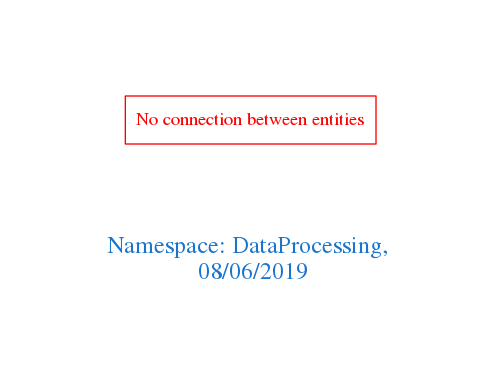
Above: downloads/DataProcessing.png in arago/OGIT (Graphviz), before the change. Its source is kept beside it as downloads/DataProcessing.dot.
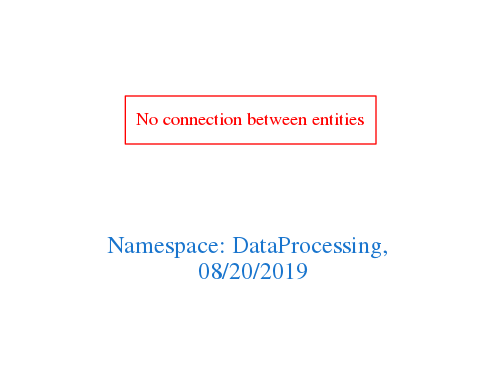
After the commit.

Diff of the diagram source:
```diff
@@ -1,7 +1,7 @@
 digraph OGIT_ontology {
  graph [ rankdir= LR,pad=1
 fontsize = 18,
-fontcolor= dodgerblue3,label = "\n\n\nNamespace: DataProcessing, \n 08/06/2019"];
+fontcolor= dodgerblue3,label = "\n\n\nNamespace: DataProcessing, \n 08/20/2019"];
 node[shape=polygon];
 edge [  color="gray81"];
 
```
